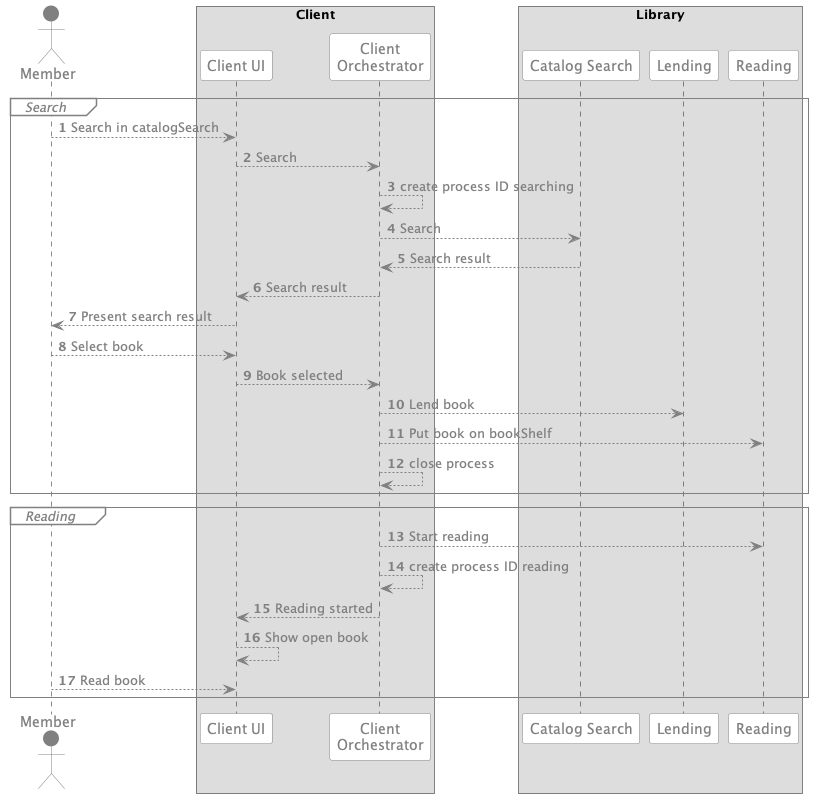
Before: TacticalDesign/Library/Orchestrator.png, a diagram exported from PlantUML (Grinseteddy/MasteringDdd).
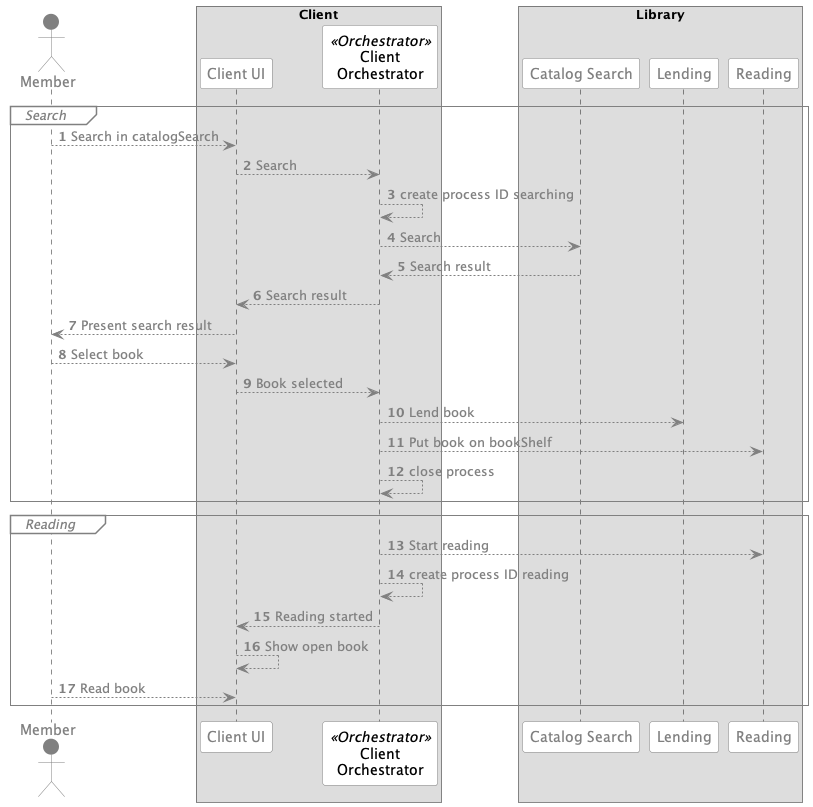
The same file after the commit.

Diff of the diagram source:
```diff
@@ -10,6 +10,8 @@
     backgroundcolor white
     fontcolor grey
     bordercolor grey
+
+    fontcolor<<Orchestrator>> black
 }
 
 skinparam actor {
@@ -38,7 +40,7 @@
 
 box Client
 participant "Client UI" as clientUi
-participant "Client\nOrchestrator" as clientOrchestrator
+participant "Client\nOrchestrator" as clientOrchestrator <<Orchestrator>>
 
 box Library
 participant "Catalog Search" as catalogSearch
```
